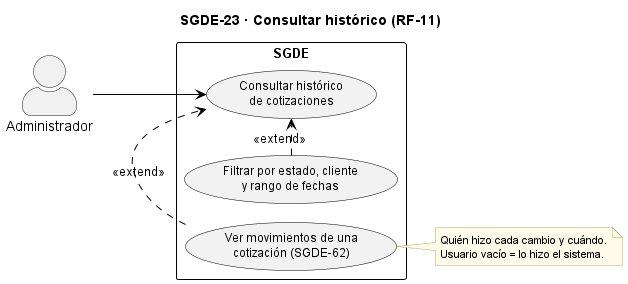
Earlier version of the PlantUML export docs/casos_uso_sgde/SGDE-23_Consultar_historico.png (AndreCamx2/Gestion-De-Eventos).
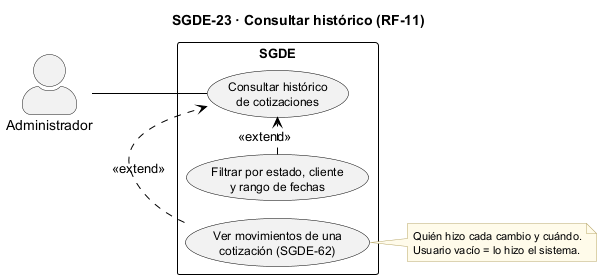
After the commit.

Change to the diagram source:
```diff
@@ -29,7 +29,7 @@
   usecase "Ver movimientos de una\ncotización (SGDE-62)" as UC3
 }
 
-AD --> UC1
+AD -- UC1
 UC2 .> UC1 : <<extend>>
 UC3 .> UC1 : <<extend>>
 
```
